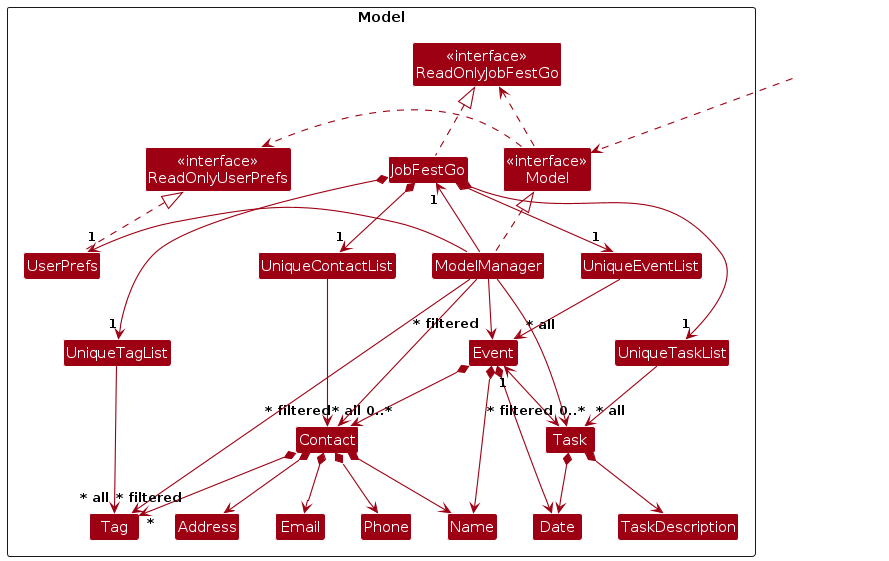
Above: diagrams/ModelClassDiagram.png in AY2324S1-CS2103T-T09-1/tp (PlantUML), before the change. Its source is kept beside it as diagrams/ModelClassDiagram.puml.
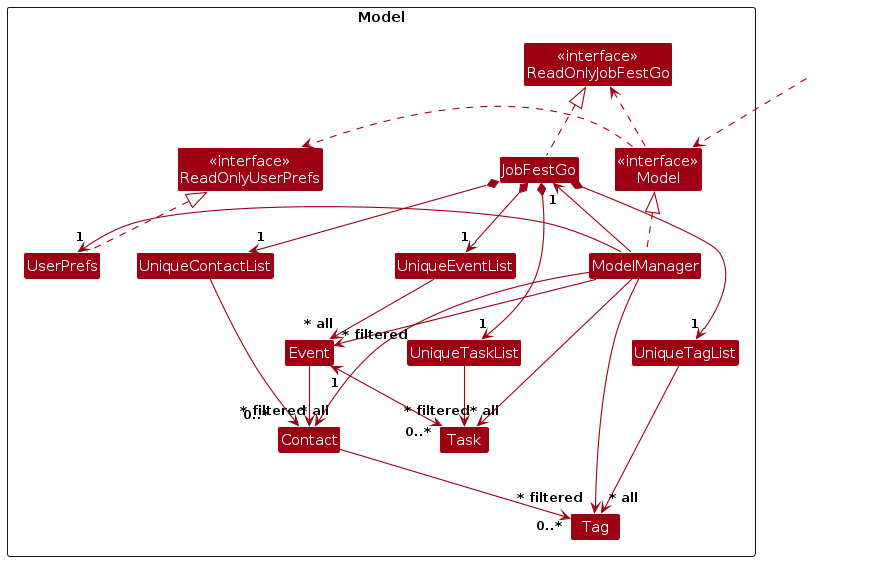
The same diagram one commit later.

What changed in the source:
```diff
@@ -4,30 +4,23 @@
 skinparam arrowColor MODEL_COLOR
 skinparam classBackgroundColor MODEL_COLOR
 
-Package Model as ModelPackage <<Rectangle>>{
-Class "<<interface>>\nReadOnlyJobFestGo" as ReadOnlyJobFestGo
-Class "<<interface>>\nReadOnlyUserPrefs" as ReadOnlyUserPrefs
-Class "<<interface>>\nModel" as Model
-Class JobFestGo
-Class ModelManager
-Class UserPrefs
+package Model as ModelPackage <<Rectangle>> {
+  Class "<<interface>>\nReadOnlyJobFestGo" as ReadOnlyJobFestGo
+  Class "<<interface>>\nReadOnlyUserPrefs" as ReadOnlyUserPrefs
+  Class "<<interface>>\nModel" as Model
+  Class JobFestGo
+  Class ModelManager
+  Class UserPrefs
 
-Class UniqueContactList
-Class UniqueTagList
-Class UniqueEventList
-Class UniqueTaskList
-Class Task
-Class Event
-Class Contact
-Class Address
-Class Email
-Class Name
-Class Phone
-Class Tag
-Class Date
-Class TaskDescription
-
-Class I #FFFFFF
+  Class UniqueContactList
+  Class UniqueTagList
+  Class UniqueEventList
+  Class UniqueTaskList
+  Class Task
+  Class Event
+  Class Contact
+  Class Tag
+  Class I #FFFFFF
 }
 
 Class HiddenOutside #FFFFFF
@@ -50,24 +43,12 @@
 UniqueTaskList --> "~* all" Task
 UniqueTagList --> "~* all" Tag
 UniqueContactList --> "~* all" Contact
-Contact *--> Name
-Contact *--> Phone
-Contact *--> Email
-Contact *--> Address
-Contact *--> "*" Tag
-Task *--> TaskDescription
-Task *--> Date
-Event *--> Date
-Event *--> Name
-Event *--> "0..*" Contact
 Event "1" <--> "0..*" Task
+Event --> "0..*" Contact
+Contact --> "0..*" Tag
 
 Contact -[hidden]up--> I
 UniqueContactList -[hidden]right-> I
-
-Name -[hidden]right-> Phone
-Phone -[hidden]right-> Address
-Address -[hidden]right-> Email
 
 ModelManager --> "~* filtered" Contact
 ModelManager --> "~* filtered" Event
```
